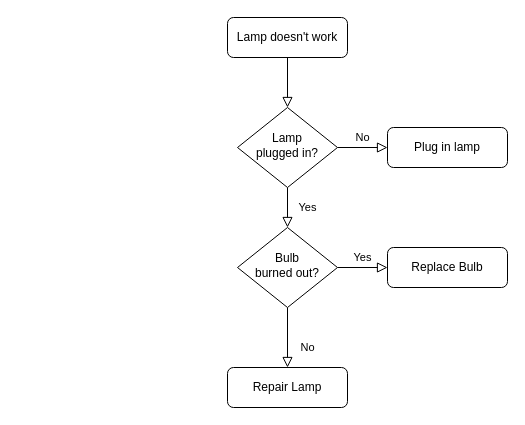
Before: EXERCISE 1/Untitled Diagram.drawio in mallaribs01/CCINCOML_EXERCISES_COM23P, a draw.io diagram. Source tidied: cells renumbered, new cells numbered last; positions are measured from the earlier drawing's top-left corner, leaving out a move shared by most shapes. Both pictures are drawn from the tidied source at 100%, with x=0, y=0 at pixel (227, 17).
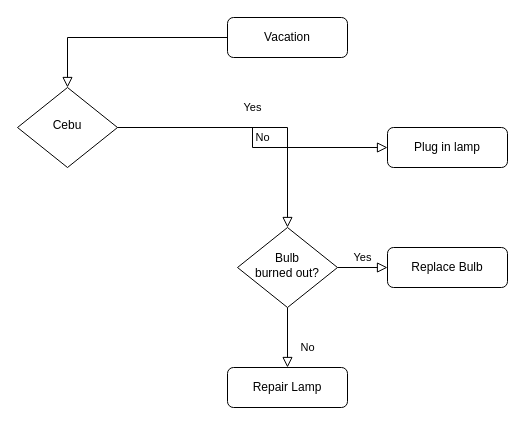
The same diagram, later.

What changed in the source:
```diff
@@
 <mxGraphModel>
   <root>
     <mxCell id="0" />
     <mxCell id="1" parent="0" />
     <mxCell id="2" style="rounded=0;html=1;jettySize=auto;fontSize=11;endArrow=block;endFill=0;endSize=8;strokeWidth=1;shadow=0;labelBackgroundColor=none;edgeStyle=orthogonalEdgeStyle;" parent="1" edge="1" source="3" target="6">
       <mxGeometry relative="1" as="geometry" />
     </mxCell>
-    <mxCell id="3" value="Lamp doesn't work" style="rounded=1;whiteSpace=wrap;html=1;fontSize=12;glass=0;strokeWidth=1;shadow=0;" parent="1" vertex="1">
+    <mxCell id="3" value="Vacation" style="rounded=1;whiteSpace=wrap;html=1;fontSize=12;glass=0;strokeWidth=1;shadow=0;" parent="1" vertex="1">
       <mxGeometry width="120" height="40" as="geometry" />
     </mxCell>
     <mxCell id="4" value="Yes" style="rounded=0;html=1;jettySize=auto;fontSize=11;endArrow=block;endFill=0;endSize=8;strokeWidth=1;shadow=0;labelBackgroundColor=none;edgeStyle=orthogonalEdgeStyle;" parent="1" edge="1" source="6" target="10">
       <mxGeometry y="20" relative="1" as="geometry" />
     </mxCell>
     <mxCell id="5" value="No" style="edgeStyle=orthogonalEdgeStyle;rounded=0;html=1;jettySize=auto;fontSize=11;endArrow=block;endFill=0;endSize=8;strokeWidth=1;shadow=0;labelBackgroundColor=none;" parent="1" edge="1" source="6" target="7">
       <mxGeometry y="10" relative="1" as="geometry" />
     </mxCell>
-    <mxCell id="6" value="Lamp&lt;br&gt;plugged in?" style="rhombus;whiteSpace=wrap;html=1;shadow=0;fontFamily=Helvetica;fontSize=12;align=center;strokeWidth=1;spacing=6;spacingTop=-4;" parent="1" vertex="1">
-      <mxGeometry x="10" y="90" width="100" height="80" as="geometry" />
+    <mxCell id="6" value="Cebu" style="rhombus;whiteSpace=wrap;html=1;shadow=0;fontFamily=Helvetica;fontSize=12;align=center;strokeWidth=1;spacing=6;spacingTop=-4;" parent="1" vertex="1">
+      <mxGeometry x="-210" y="70" width="100" height="80" as="geometry" />
     </mxCell>
     <mxCell id="7" value="Plug in lamp" style="rounded=1;whiteSpace=wrap;html=1;fontSize=12;glass=0;strokeWidth=1;shadow=0;" parent="1" vertex="1">
       <mxGeometry x="160" y="110" width="120" height="40" as="geometry" />
     </mxCell>
     <mxCell id="8" value="No" style="rounded=0;html=1;jettySize=auto;fontSize=11;endArrow=block;endFill=0;endSize=8;strokeWidth=1;shadow=0;labelBackgroundColor=none;edgeStyle=orthogonalEdgeStyle;" parent="1" edge="1" source="10" target="11">
       <mxGeometry x="0.33" y="20" relative="1" as="geometry" />
     </mxCell>
     <mxCell id="9" value="Yes" style="edgeStyle=orthogonalEdgeStyle;rounded=0;html=1;jettySize=auto;fontSize=11;endArrow=block;endFill=0;endSize=8;strokeWidth=1;shadow=0;labelBackgroundColor=none;" parent="1" edge="1" source="10" target="12">
       <mxGeometry y="10" relative="1" as="geometry" />
     </mxCell>
     <mxCell id="10" value="Bulb&lt;br&gt;burned out?" style="rhombus;whiteSpace=wrap;html=1;shadow=0;fontFamily=Helvetica;fontSize=12;align=center;strokeWidth=1;spacing=6;spacingTop=-4;" parent="1" vertex="1">
       <mxGeometry x="10" y="210" width="100" height="80" as="geometry" />
     </mxCell>
     <mxCell id="11" value="Repair Lamp" style="rounded=1;whiteSpace=wrap;html=1;fontSize=12;glass=0;strokeWidth=1;shadow=0;" parent="1" vertex="1">
       <mxGeometry y="350" width="120" height="40" as="geometry" />
     </mxCell>
     <mxCell id="12" value="Replace Bulb" style="rounded=1;whiteSpace=wrap;html=1;fontSize=12;glass=0;strokeWidth=1;shadow=0;" parent="1" vertex="1">
       <mxGeometry x="160" y="230" width="120" height="40" as="geometry" />
     </mxCell>
   </root>
 </mxGraphModel>
```
